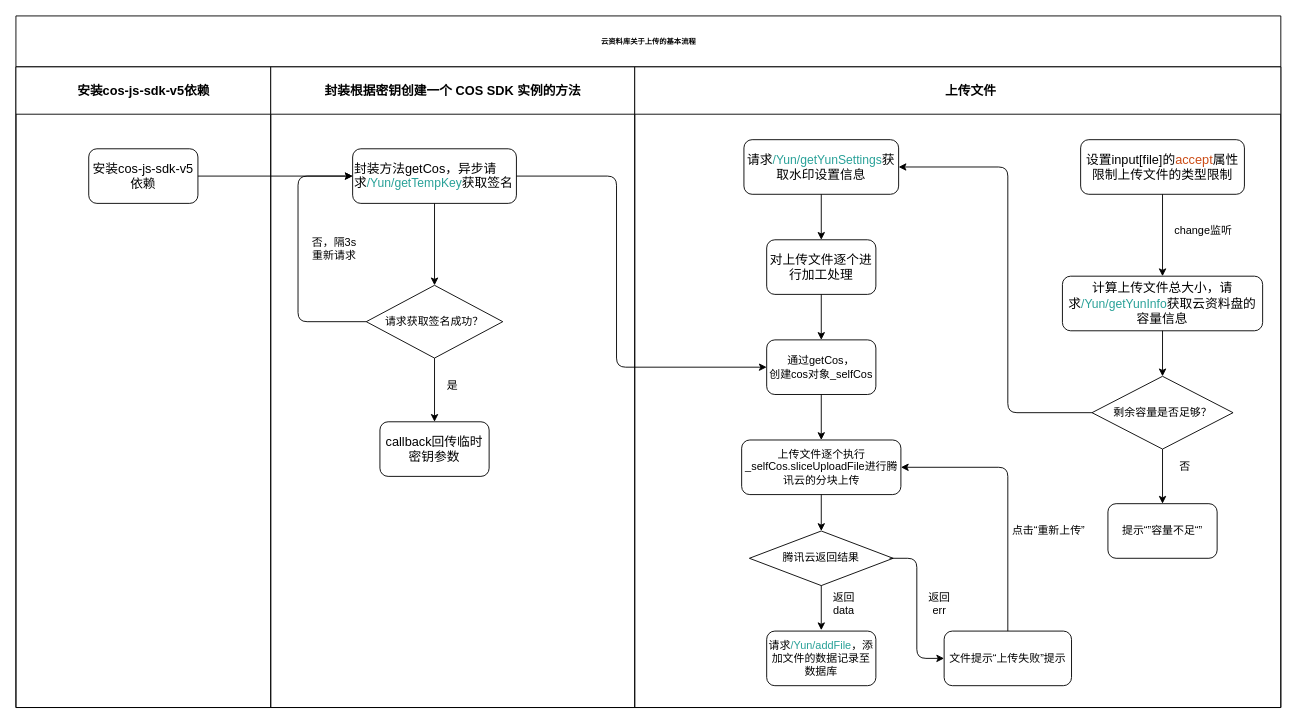
This is 未命名表单.drawio from lgc1994/docs, a draw.io file, before an edit. Source tidied: cells renumbered, new cells numbered last; positions are measured from the earlier drawing's top-left corner, leaving out a move shared by most shapes. Both pictures are drawn from the tidied source at 91%, with x=0, y=0 at pixel (15, 15).
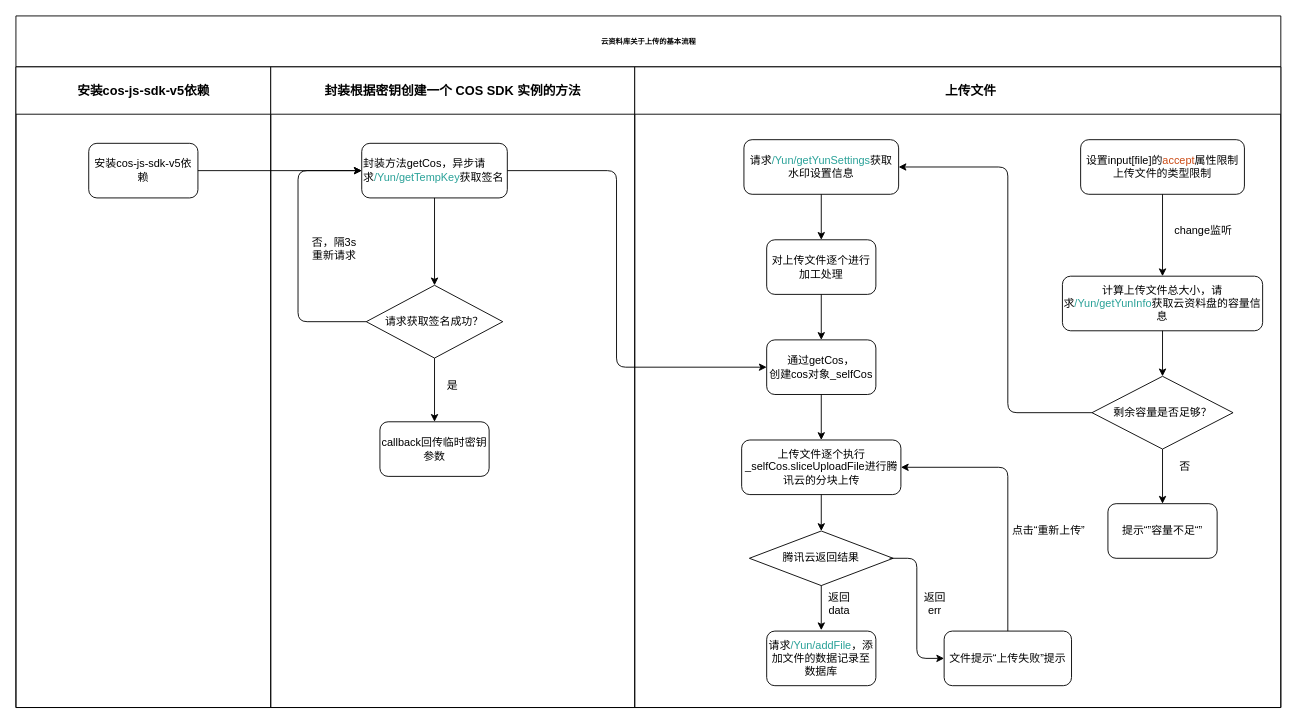
Above is the later version.

Commit message:
更新未命名表单.drawio

Unchanged cells that the change refers to:
```xml
<mxCell id="2" value="云资料库关于上传的基本流程" style="swimlane;html=1;startSize=56;rounded=0;shadow=0;labelBackgroundColor=none;strokeWidth=1;fontFamily=Verdana;fontSize=8;align=center;" parent="1" vertex="1">
  <mxGeometry width="1390" height="760" as="geometry" />
</mxCell>
<mxCell id="3" value="&lt;p class=&quot;MsoNormal&quot;&gt;&lt;span style=&quot;font-size: 10.5000pt&quot;&gt;&lt;font face=&quot;宋体&quot;&gt;安装&lt;/font&gt;cos-js-sdk-v5&lt;font face=&quot;宋体&quot;&gt;依赖&lt;/font&gt;&lt;/span&gt;&lt;/p&gt;" style="swimlane;html=1;startSize=52;" parent="2" vertex="1">
  <mxGeometry y="56" width="280" height="704" as="geometry" />
</mxCell>
<mxCell id="5" value="&lt;p class=&quot;MsoNormal&quot;&gt;&lt;span style=&quot;font-size: 10.5000pt&quot;&gt;&lt;font face=&quot;宋体&quot;&gt;封装根据密钥创建一个&lt;/font&gt; COS SDK &lt;font face=&quot;宋体&quot;&gt;实例的方法&lt;/font&gt;&lt;/span&gt;&lt;/p&gt;" style="swimlane;html=1;startSize=52;" parent="2" vertex="1">
  <mxGeometry x="280" y="56" width="400" height="704" as="geometry" />
</mxCell>
<mxCell id="7" value="&lt;font style=&quot;font-size: 12px&quot;&gt;请求获取签名成功？&lt;/font&gt;" style="rhombus;whiteSpace=wrap;html=1;" parent="5" vertex="1">
  <mxGeometry x="105" y="240" width="150" height="80" as="geometry" />
</mxCell>
<mxCell id="14" value="&lt;p class=&quot;MsoNormal&quot; style=&quot;margin-left: 0.0000pt ; text-indent: 21.0000pt ; text-align: left&quot;&gt;&lt;span style=&quot;font-size: 10.5000pt&quot;&gt;&lt;font face=&quot;宋体&quot;&gt;上传文件&lt;/font&gt;&lt;/span&gt;&lt;span style=&quot;font-size: 10.5000pt&quot;&gt;&lt;/span&gt;&lt;/p&gt;" style="swimlane;html=1;startSize=52;" parent="2" vertex="1">
  <mxGeometry x="680" y="56" width="710" height="704" as="geometry" />
</mxCell>
<mxCell id="28" value="通过getCos，&lt;br&gt;创建cos对象&lt;span&gt;&lt;font style=&quot;font-size: 12px&quot;&gt;_selfCos&lt;/font&gt;&lt;/span&gt;" style="rounded=1;whiteSpace=wrap;html=1;" parent="14" vertex="1">
  <mxGeometry x="145" y="300" width="120" height="60" as="geometry" />
</mxCell>
```

The edit, as a diff of the source:
```diff
@@
-    <mxCell id="4" value="&lt;p class=&quot;MsoNormal&quot;&gt;&lt;span style=&quot;font-size: 10.5000pt&quot;&gt;&lt;font face=&quot;宋体&quot;&gt;安装&lt;/font&gt;cos-js-sdk-v5&lt;font face=&quot;宋体&quot;&gt;依赖&lt;/font&gt;&lt;/span&gt;&lt;/p&gt;" style="rounded=1;whiteSpace=wrap;html=1;" parent="3" vertex="1">
-      <mxGeometry x="80" y="90" width="120" height="60" as="geometry" />
+    <mxCell id="4" value="&lt;p class=&quot;MsoNormal&quot;&gt;&lt;font style=&quot;font-size: 12px&quot;&gt;&lt;font face=&quot;宋体&quot;&gt;安装&lt;/font&gt;cos-js-sdk-v5&lt;font face=&quot;宋体&quot;&gt;依赖&lt;/font&gt;&lt;/font&gt;&lt;/p&gt;" style="rounded=1;whiteSpace=wrap;html=1;" parent="3" vertex="1">
+      <mxGeometry x="80" y="84" width="120" height="60" as="geometry" />
     </mxCell>
@@
-    <mxCell id="6" value="&lt;p class=&quot;MsoNormal&quot;&gt;&lt;span style=&quot;font-size: 10.5000pt&quot;&gt;&lt;font face=&quot;宋体&quot;&gt;封装方法&lt;/font&gt;&lt;/span&gt;&lt;span style=&quot;font-size: 10.5pt&quot;&gt;getCos，&lt;/span&gt;&lt;span style=&quot;font-size: 10.5pt&quot;&gt;&lt;font face=&quot;宋体&quot;&gt;异步请求&lt;/font&gt;&lt;/span&gt;&lt;span style=&quot;color: rgb(41 , 161 , 152) ; font-size: 10pt ; background: rgb(255 , 255 , 255)&quot;&gt;/Yun/getTempKey&lt;/span&gt;&lt;span style=&quot;font-size: 10.5pt&quot;&gt;&lt;font face=&quot;宋体&quot;&gt;获取签名&lt;/font&gt;&lt;/span&gt;&lt;/p&gt;" style="rounded=1;whiteSpace=wrap;html=1;align=left;" parent="5" vertex="1">
-      <mxGeometry x="90" y="90" width="180" height="60" as="geometry" />
+    <mxCell id="6" value="&lt;p class=&quot;MsoNormal&quot;&gt;&lt;font style=&quot;font-size: 12px&quot;&gt;&lt;font face=&quot;宋体&quot;&gt;封装方法&lt;/font&gt;getCos，&lt;font face=&quot;宋体&quot;&gt;异步请求&lt;/font&gt;&lt;span style=&quot;color: rgb(41 , 161 , 152) ; background: rgb(255 , 255 , 255)&quot;&gt;/Yun/getTempKey&lt;/span&gt;&lt;font face=&quot;宋体&quot;&gt;获取签名&lt;/font&gt;&lt;/font&gt;&lt;/p&gt;" style="rounded=1;whiteSpace=wrap;html=1;align=left;" parent="5" vertex="1">
+      <mxGeometry x="100" y="84" width="160" height="60" as="geometry" />
     </mxCell>
@@
     <mxCell id="9" style="endArrow=classic;html=1;exitX=0;exitY=0.5;exitDx=0;exitDy=0;entryX=0;entryY=0.5;entryDx=0;entryDy=0;" parent="5" edge="1" source="7" target="6">
       <mxGeometry relative="1" as="geometry">
         <Array as="points">
           <mxPoint x="30" y="280" />
-          <mxPoint x="30" y="120" />
+          <mxPoint x="30" y="114" />
         </Array>
       </mxGeometry>
     </mxCell>
@@
-    <mxCell id="11" value="&lt;font style=&quot;font-size: 14px&quot;&gt;callback回传临时密钥参数&lt;/font&gt;" style="rounded=1;whiteSpace=wrap;html=1;" parent="5" vertex="1">
+    <mxCell id="11" value="&lt;font style=&quot;font-size: 12px&quot;&gt;callback回传临时密钥参数&lt;/font&gt;" style="rounded=1;whiteSpace=wrap;html=1;" parent="5" vertex="1">
       <mxGeometry x="120" y="390" width="120" height="60" as="geometry" />
     </mxCell>
@@
-    <mxCell id="15" value="&lt;font style=&quot;font-size: 14px&quot;&gt;设置input[file]的&lt;span style=&quot;color: rgb(203 , 75 , 21) ; background: rgb(255 , 255 , 255)&quot;&gt;accept&lt;/span&gt;&lt;span&gt;&lt;font face=&quot;宋体&quot;&gt;属性限制上传文件的类型限制&lt;/font&gt;&lt;/span&gt;&lt;/font&gt;" style="rounded=1;whiteSpace=wrap;html=1;" parent="14" vertex="1">
+    <mxCell id="15" value="&lt;font style=&quot;font-size: 12px&quot;&gt;设置input[file]的&lt;span style=&quot;color: rgb(203 , 75 , 21) ; background: rgb(255 , 255 , 255)&quot;&gt;accept&lt;/span&gt;&lt;font face=&quot;宋体&quot;&gt;属性限制上传文件的类型限制&lt;/font&gt;&lt;/font&gt;" style="rounded=1;whiteSpace=wrap;html=1;" parent="14" vertex="1">
       <mxGeometry x="490" y="80" width="180" height="60" as="geometry" />
     </mxCell>
-    <mxCell id="16" value="&lt;p class=&quot;MsoNormal&quot;&gt;&lt;span style=&quot;font-size: 10.5000pt&quot;&gt;&lt;font face=&quot;宋体&quot;&gt;计算上传文件总大小，&lt;/font&gt;&lt;/span&gt;&lt;span style=&quot;font-size: 10.5pt&quot;&gt;&lt;font face=&quot;宋体&quot;&gt;请求&lt;/font&gt;&lt;/span&gt;&lt;span style=&quot;color: rgb(41 , 161 , 152) ; font-size: 10pt ; background: rgb(255 , 255 , 255)&quot;&gt;/Yun/getYunInfo&lt;/span&gt;&lt;span style=&quot;font-size: 10.5pt&quot;&gt;&lt;font face=&quot;宋体&quot;&gt;获取云资料盘的容量信息&lt;/font&gt;&lt;/span&gt;&lt;/p&gt;" style="rounded=1;whiteSpace=wrap;html=1;" parent="14" vertex="1">
+    <mxCell id="16" value="&lt;p class=&quot;MsoNormal&quot;&gt;&lt;font style=&quot;font-size: 12px&quot;&gt;&lt;font face=&quot;宋体&quot;&gt;计算上传文件总大小，&lt;/font&gt;&lt;font face=&quot;宋体&quot;&gt;请求&lt;/font&gt;&lt;span style=&quot;color: rgb(41 , 161 , 152) ; background: rgb(255 , 255 , 255)&quot;&gt;/Yun/getYunInfo&lt;/span&gt;&lt;font face=&quot;宋体&quot;&gt;获取云资料盘的容量信息&lt;/font&gt;&lt;/font&gt;&lt;/p&gt;" style="rounded=1;whiteSpace=wrap;html=1;" parent="14" vertex="1">
       <mxGeometry x="470" y="230" width="220" height="60" as="geometry" />
     </mxCell>
@@
-    <mxCell id="24" value="&lt;p class=&quot;MsoNormal&quot;&gt;&lt;span style=&quot;font-size: 10.5000pt&quot;&gt;&lt;font face=&quot;宋体&quot;&gt;请求&lt;/font&gt;&lt;/span&gt;&lt;span style=&quot;color: rgb(41 , 161 , 152) ; font-size: 10.0000pt ; background: rgb(255 , 255 , 255)&quot;&gt;/Yun/getYunSettings&lt;/span&gt;&lt;span style=&quot;font-size: 10.5000pt&quot;&gt;&lt;font face=&quot;宋体&quot;&gt;获取水印设置信息&lt;/font&gt;&lt;/span&gt;&lt;/p&gt;" style="rounded=1;whiteSpace=wrap;html=1;" parent="14" vertex="1">
+    <mxCell id="24" value="&lt;p class=&quot;MsoNormal&quot;&gt;&lt;font style=&quot;font-size: 12px&quot;&gt;&lt;font face=&quot;宋体&quot;&gt;请求&lt;/font&gt;&lt;span style=&quot;color: rgb(41 , 161 , 152) ; background: rgb(255 , 255 , 255)&quot;&gt;/Yun/getYunSettings&lt;/span&gt;&lt;font face=&quot;宋体&quot;&gt;获取水印设置信息&lt;/font&gt;&lt;/font&gt;&lt;/p&gt;" style="rounded=1;whiteSpace=wrap;html=1;" parent="14" vertex="1">
       <mxGeometry x="120" y="80" width="170" height="60" as="geometry" />
     </mxCell>
@@
-    <mxCell id="26" value="&lt;p class=&quot;MsoNormal&quot;&gt;&lt;span style=&quot;font-size: 10.5000pt&quot;&gt;&lt;font face=&quot;宋体&quot;&gt;对上传文件逐个进行加工处理&lt;/font&gt;&lt;/span&gt;&lt;/p&gt;" style="rounded=1;whiteSpace=wrap;html=1;" parent="14" vertex="1">
+    <mxCell id="26" value="&lt;p class=&quot;MsoNormal&quot;&gt;&lt;font face=&quot;宋体&quot; style=&quot;font-size: 12px&quot;&gt;对上传文件逐个进行加工处理&lt;/font&gt;&lt;/p&gt;" style="rounded=1;whiteSpace=wrap;html=1;" parent="14" vertex="1">
       <mxGeometry x="145" y="190" width="120" height="60" as="geometry" />
     </mxCell>
@@
     <mxCell id="36" value="返回data" style="text;html=1;strokeColor=none;fillColor=none;align=center;verticalAlign=middle;whiteSpace=wrap;rounded=0;" parent="14" vertex="1">
-      <mxGeometry x="210" y="580" width="40" height="20" as="geometry" />
+      <mxGeometry x="205" y="580" width="40" height="20" as="geometry" />
     </mxCell>
@@
     <mxCell id="39" value="返回err" style="text;html=1;strokeColor=none;fillColor=none;align=center;verticalAlign=middle;whiteSpace=wrap;rounded=0;" parent="14" vertex="1">
-      <mxGeometry x="315" y="580" width="40" height="20" as="geometry" />
+      <mxGeometry x="310" y="580" width="40" height="20" as="geometry" />
     </mxCell>
@@
     <mxCell id="43" style="endArrow=classic;html=1;exitX=1;exitY=0.5;exitDx=0;exitDy=0;entryX=0;entryY=0.5;entryDx=0;entryDy=0;" parent="2" edge="1" source="6" target="28">
       <mxGeometry relative="1" as="geometry">
         <Array as="points">
-          <mxPoint x="660" y="176" />
+          <mxPoint x="660" y="170" />
           <mxPoint x="660" y="386" />
         </Array>
       </mxGeometry>
     </mxCell>
```
